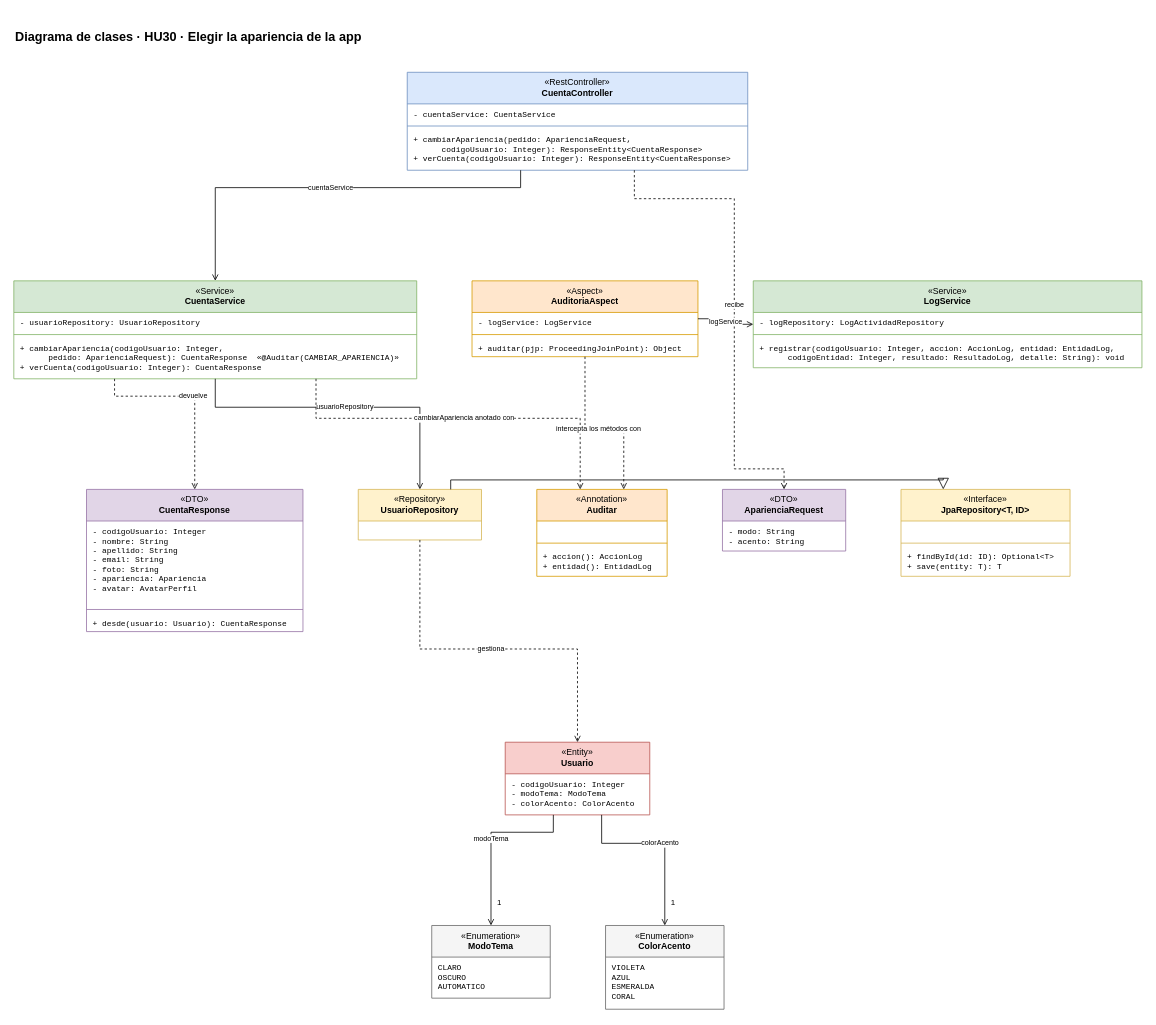
This is docs/Diagramas/Clases/HU30_clases.drawio from FelipeBeltranING/metamorfosis, a draw.io file, before an edit. Source tidied: cells renumbered, new cells numbered last; positions are measured from the earlier drawing's top-left corner, leaving out a move shared by most shapes. Both pictures are drawn from the tidied source at 79%, with x=0, y=0 at pixel (13, 24).
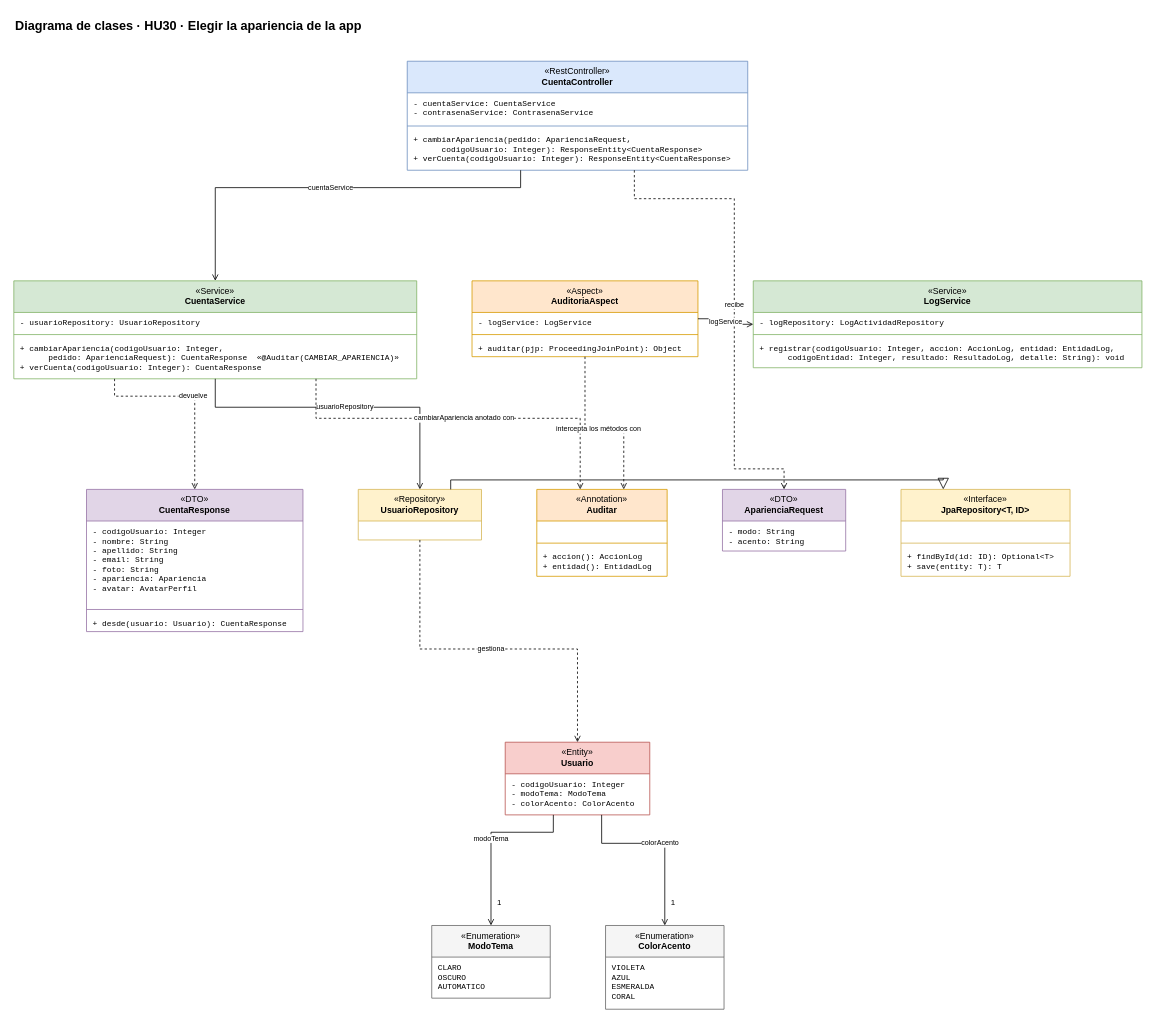
The same page after the edit.

Commit message (it also covers changes not shown here):
docs(diagramas): clases de HU10, HU20, HU23 y HU30 al día con el código

Change to the diagram source:
```diff
@@
     <mxCell id="2" value="&lt;b&gt;Diagrama de clases · HU30 · Elegir la apariencia de la app&lt;/b&gt;" style="text;html=1;align=left;verticalAlign=middle;fontSize=16;" parent="1" vertex="1">
-      <mxGeometry width="1428" height="30" as="geometry" />
+      <mxGeometry y="-14" width="1428" height="30" as="geometry" />
     </mxCell>
     <mxCell id="3" value="«RestController»&lt;br&gt;&lt;b&gt;CuentaController&lt;/b&gt;" style="swimlane;fontStyle=0;align=center;verticalAlign=top;horizontal=1;startSize=40;html=1;whiteSpace=wrap;fillColor=#dae8fc;strokeColor=#6c8ebf;fontSize=11;" parent="1" vertex="1">
-      <mxGeometry x="498" y="60" width="431" height="124" as="geometry" />
+      <mxGeometry x="498" y="46" width="431" height="138" as="geometry" />
     </mxCell>
-    <mxCell id="4" value="- cuentaService: CuentaService" style="text;strokeColor=none;fillColor=none;align=left;verticalAlign=top;spacingLeft=6;spacingRight=4;spacingTop=2;overflow=hidden;html=1;whiteSpace=nowrap;fontSize=10;fontFamily=Courier New;" parent="3" vertex="1">
-      <mxGeometry y="40" width="431" height="24" as="geometry" />
+    <mxCell id="4" value="- cuentaService: CuentaService&lt;br&gt;- contrasenaService: ContrasenaService" style="text;strokeColor=none;fillColor=none;align=left;verticalAlign=top;spacingLeft=6;spacingRight=4;spacingTop=2;overflow=hidden;html=1;whiteSpace=nowrap;fontSize=10;fontFamily=Courier New;" parent="3" vertex="1">
+      <mxGeometry y="40" width="431" height="38" as="geometry" />
     </mxCell>
     <mxCell id="5" style="line;strokeWidth=1;fillColor=none;align=left;verticalAlign=middle;spacingTop=-1;spacingLeft=3;spacingRight=3;labelPosition=right;strokeColor=inherit;" parent="3" vertex="1">
-      <mxGeometry y="64" width="431" height="8" as="geometry" />
+      <mxGeometry y="78" width="431" height="8" as="geometry" />
     </mxCell>
     <mxCell id="6" value="+ cambiarApariencia(pedido: AparienciaRequest,&lt;br&gt;&amp;nbsp;&amp;nbsp;&amp;nbsp;&amp;nbsp;&amp;nbsp;&amp;nbsp;codigoUsuario: Integer): ResponseEntity&amp;lt;CuentaResponse&amp;gt;&lt;br&gt;+ verCuenta(codigoUsuario: Integer): ResponseEntity&amp;lt;CuentaResponse&amp;gt;" style="text;strokeColor=none;fillColor=none;align=left;verticalAlign=top;spacingLeft=6;spacingRight=4;spacingTop=2;overflow=hidden;html=1;whiteSpace=nowrap;fontSize=10;fontFamily=Courier New;" parent="3" vertex="1">
-      <mxGeometry y="72" width="431" height="52" as="geometry" />
+      <mxGeometry y="86" width="431" height="52" as="geometry" />
     </mxCell>
```
